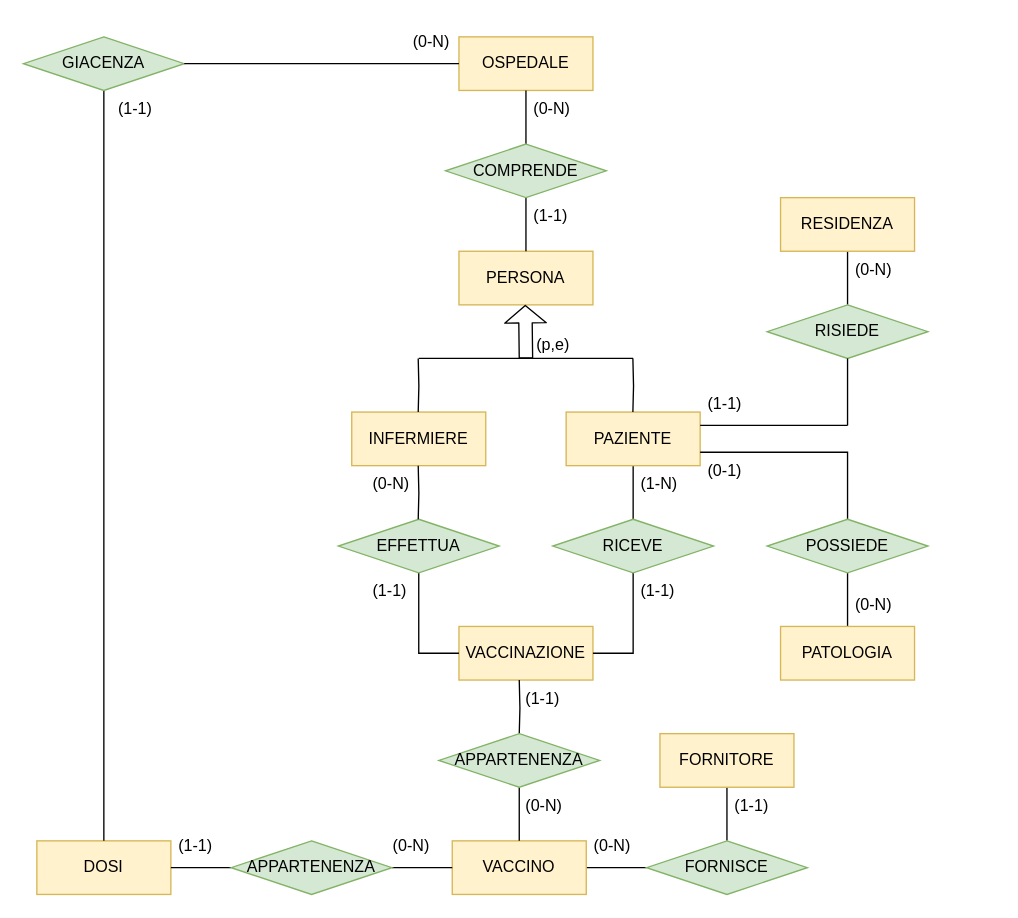
Above: report/Diagrammi E-R/Schema finale.drawio in luigi-borriello00/Vaccinations-Tracker (draw.io), before the change. Source tidied: cells renumbered, new cells numbered last; positions are measured from the earlier drawing's top-left corner, leaving out a move shared by most shapes. Both pictures are drawn from the tidied source at 134%, with x=0, y=0 at pixel (23, 23).
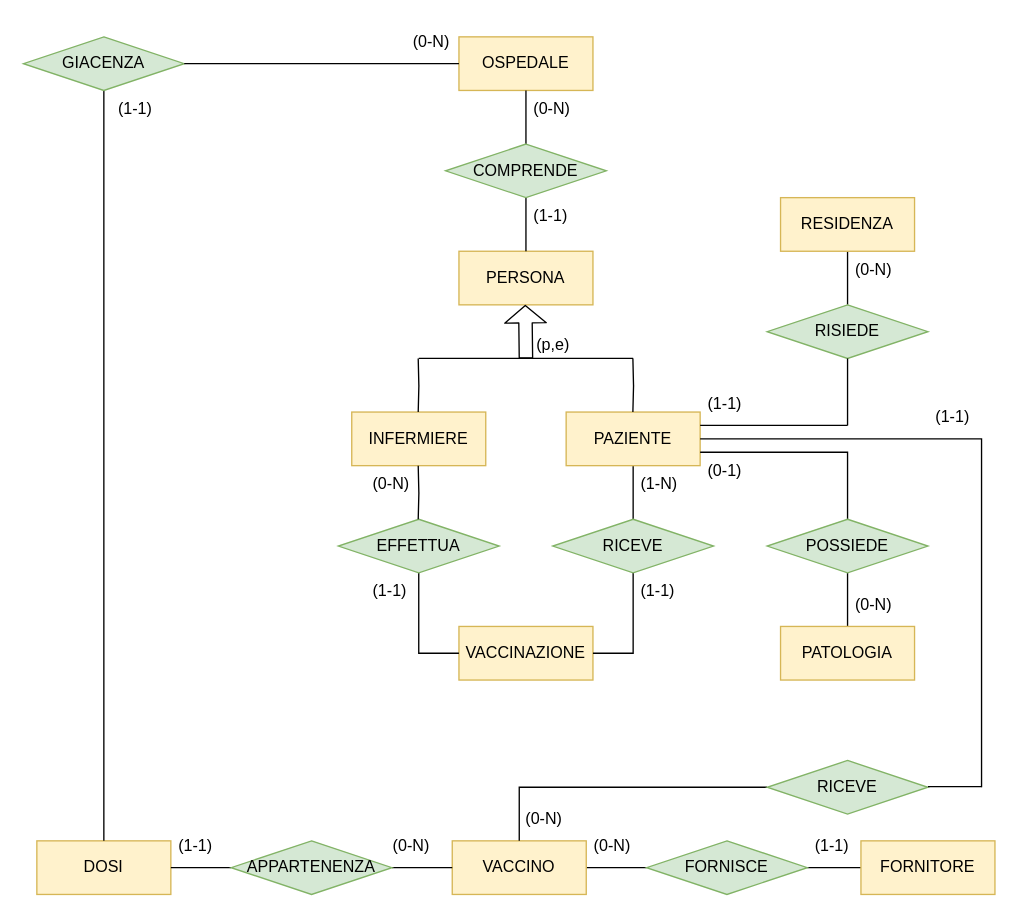
The same page after the edit.

The change refers to these unchanged cells:
```xml
<mxCell id="23" value="&lt;font style=&quot;font-size: 12px&quot;&gt;VACCINO&lt;/font&gt;" style="whiteSpace=wrap;html=1;align=center;fontSize=9;fillColor=#fff2cc;strokeColor=#d6b656;" parent="1" vertex="1">
  <mxGeometry x="320" y="610" width="100" height="40" as="geometry" />
</mxCell>
```

What changed in the source:
```diff
@@
-    <mxCell id="21" style="edgeStyle=orthogonalEdgeStyle;rounded=0;jettySize=auto;html=1;exitX=0.5;exitY=1;exitDx=0;exitDy=0;entryX=0.5;entryY=0;entryDx=0;entryDy=0;endArrow=none;endFill=0;" parent="1" edge="1" target="28">
-      <mxGeometry relative="1" as="geometry">
-        <mxPoint x="370" y="490" as="sourcePoint" />
-      </mxGeometry>
-    </mxCell>
@@
     <mxCell id="25" value="&lt;font style=&quot;font-size: 12px&quot;&gt;FORNITORE&lt;/font&gt;" style="whiteSpace=wrap;html=1;align=center;fontSize=9;fillColor=#fff2cc;strokeColor=#d6b656;" parent="1" vertex="1">
-      <mxGeometry x="475" y="530" width="100" height="40" as="geometry" />
+      <mxGeometry x="625" y="610" width="100" height="40" as="geometry" />
     </mxCell>
@@
     <mxCell id="27" style="edgeStyle=orthogonalEdgeStyle;rounded=0;jettySize=auto;html=1;endArrow=none;endFill=0;" parent="1" edge="1" source="28" target="23">
-      <mxGeometry relative="1" as="geometry" />
+      <mxGeometry relative="1" as="geometry">
+        <Array as="points">
+          <mxPoint x="370" y="570" />
+        </Array>
+      </mxGeometry>
     </mxCell>
-    <mxCell id="28" value="APPARTENENZA" style="shape=rhombus;perimeter=rhombusPerimeter;whiteSpace=wrap;html=1;align=center;fillColor=#d5e8d4;strokeColor=#82b366;" parent="1" vertex="1">
-      <mxGeometry x="310" y="530" width="120" height="40" as="geometry" />
+    <mxCell id="28" value="RICEVE" style="shape=rhombus;perimeter=rhombusPerimeter;whiteSpace=wrap;html=1;align=center;fillColor=#d5e8d4;strokeColor=#82b366;" parent="1" vertex="1">
+      <mxGeometry x="555" y="550" width="120" height="40" as="geometry" />
     </mxCell>
@@
     <mxCell id="49" value="(0-N)" style="text;strokeColor=none;fillColor=none;spacingLeft=4;spacingRight=4;overflow=hidden;fontSize=12;" parent="1" vertex="1">
-      <mxGeometry x="369" y="570" width="40" height="30" as="geometry" />
+      <mxGeometry x="369" y="580" width="40" height="30" as="geometry" />
     </mxCell>
@@
     <mxCell id="51" value="(1-1)" style="text;strokeColor=none;fillColor=none;spacingLeft=4;spacingRight=4;overflow=hidden;fontSize=12;" parent="1" vertex="1">
-      <mxGeometry x="369" y="490" width="40" height="30" as="geometry" />
+      <mxGeometry x="675" y="280" width="40" height="30" as="geometry" />
     </mxCell>
     <mxCell id="52" value="(1-1)" style="text;strokeColor=none;fillColor=none;spacingLeft=4;spacingRight=4;overflow=hidden;fontSize=12;" parent="1" vertex="1">
-      <mxGeometry x="525" y="570" width="40" height="30" as="geometry" />
+      <mxGeometry x="585" y="600" width="40" height="30" as="geometry" />
     </mxCell>
@@
+    <mxCell id="63" style="edgeStyle=orthogonalEdgeStyle;rounded=0;orthogonalLoop=1;jettySize=auto;html=1;endArrow=none;endFill=0;" parent="1" edge="1">
+      <mxGeometry relative="1" as="geometry">
+        <mxPoint x="715" y="570" as="sourcePoint" />
+        <mxPoint x="505" y="310" as="targetPoint" />
+        <Array as="points">
+          <mxPoint x="715" y="360" />
+          <mxPoint x="715" y="310" />
+        </Array>
+      </mxGeometry>
+    </mxCell>
+    <mxCell id="64" style="endArrow=none;html=1;" parent="1" edge="1">
+      <mxGeometry relative="1" as="geometry">
+        <mxPoint x="675" y="569.5" as="sourcePoint" />
+        <mxPoint x="715" y="569.5" as="targetPoint" />
+      </mxGeometry>
+    </mxCell>
```
